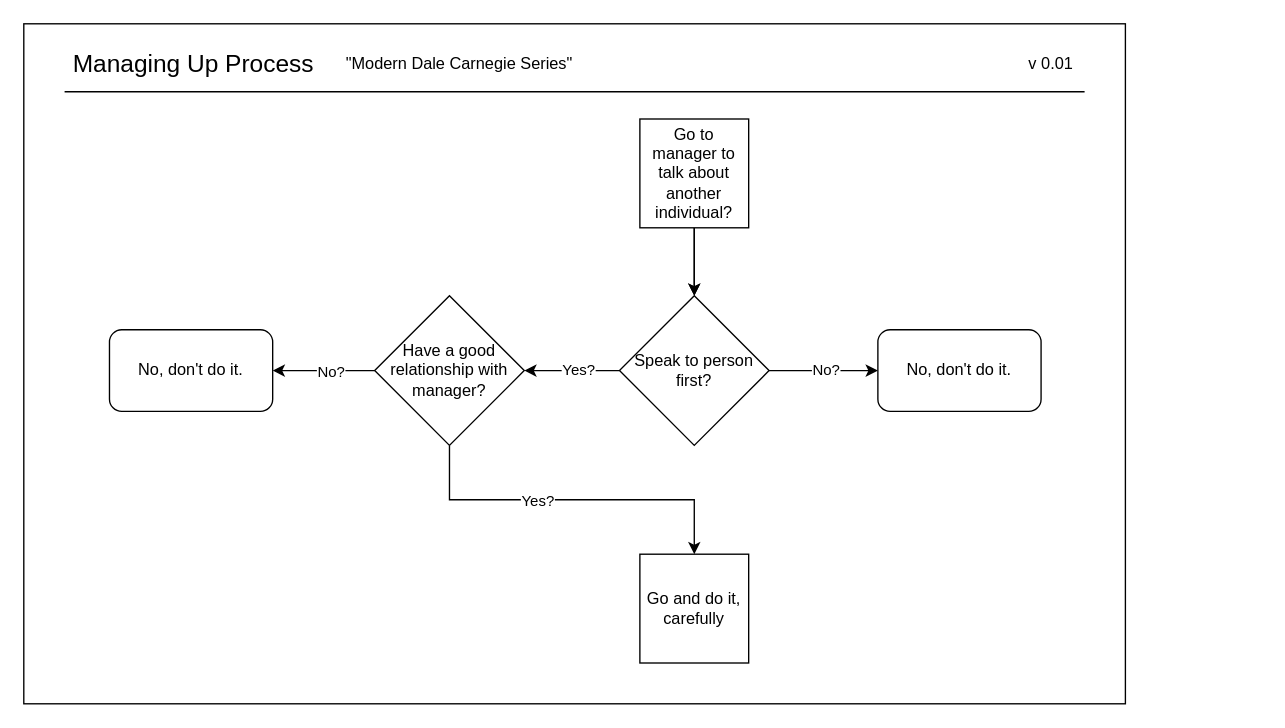
The draw.io diagram mentoring/diagrams/managing-up.drawio in solidi/learning-notes, before the edit. Source tidied: cells renumbered, new cells numbered last; positions are measured from the earlier drawing's top-left corner, leaving out a move shared by most shapes. Both pictures are drawn from the tidied source at 136%, with x=0, y=0 at pixel (23, 23).
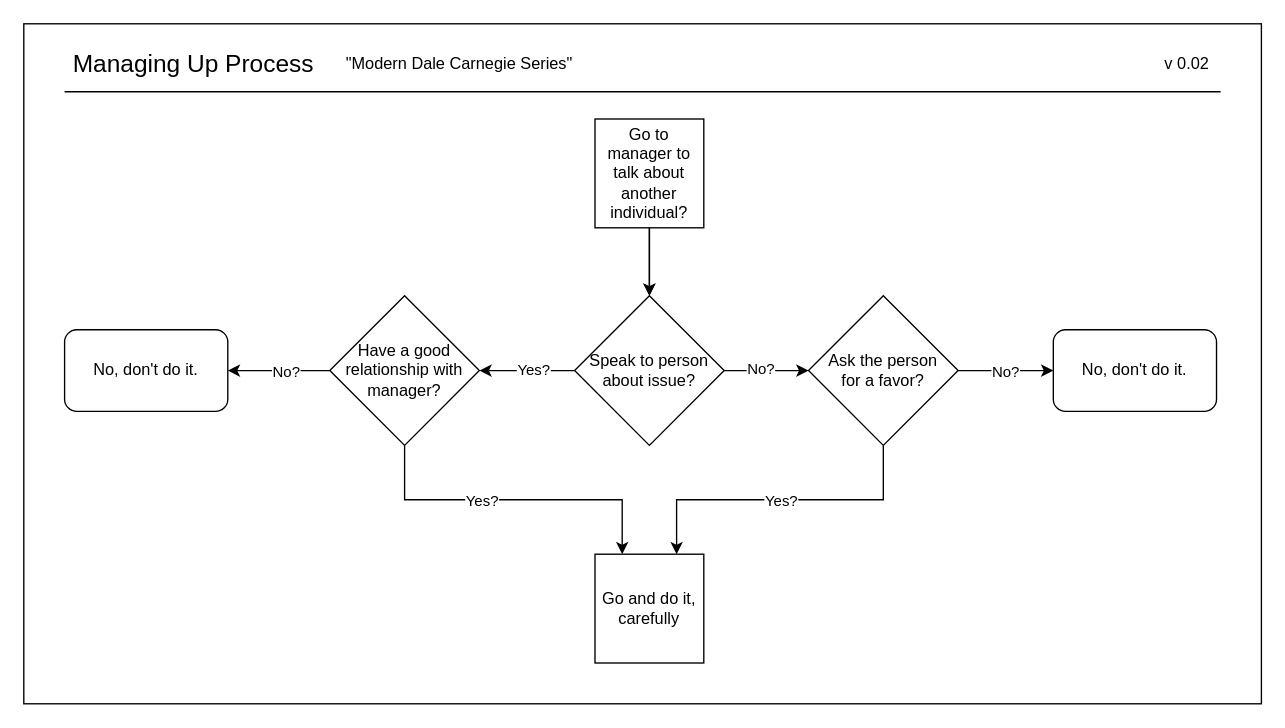
After the change.

Commit message (it also covers changes not shown here):
Update managing up with asking for a favor

Diff of the diagram source:
```diff
@@
     <mxCell id="2" style="rounded=0;whiteSpace=wrap;html=1;" parent="1" vertex="1">
-      <mxGeometry width="810" height="500" as="geometry" />
+      <mxGeometry width="910" height="500" as="geometry" />
     </mxCell>
@@
-    <mxCell id="4" value="v 0.01" style="text;html=1;align=center;verticalAlign=middle;strokeColor=none;fillColor=none;" parent="1" vertex="1">
-      <mxGeometry x="730" y="20" width="50" height="20" as="geometry" />
+    <mxCell id="4" value="v 0.02" style="text;html=1;align=center;verticalAlign=middle;strokeColor=none;fillColor=none;" parent="1" vertex="1">
+      <mxGeometry x="830" y="20" width="50" height="20" as="geometry" />
     </mxCell>
@@
     <mxCell id="7" value="Go to manager to talk about another individual?" style="whiteSpace=wrap;html=1;" parent="1" vertex="1">
-      <mxGeometry x="453" y="70" width="80" height="80" as="geometry" />
+      <mxGeometry x="420" y="70" width="80" height="80" as="geometry" />
     </mxCell>
-    <mxCell id="8" style="edgeStyle=orthogonalEdgeStyle;rounded=0;jettySize=auto;html=1;entryX=0;entryY=0.5;entryDx=0;entryDy=0;" parent="1" edge="1" source="12" target="13">
-      <mxGeometry relative="1" as="geometry" />
-    </mxCell>
-    <mxCell id="9" value="No?" style="edgeLabel;html=1;align=center;verticalAlign=middle;" parent="8" vertex="1">
-      <mxGeometry x="0.03" y="1" relative="1" as="geometry" />
-    </mxCell>
@@
+    <mxCell id="23" style="edgeStyle=orthogonalEdgeStyle;rounded=0;jettySize=auto;html=1;exitX=1;exitY=0.5;exitDx=0;exitDy=0;entryX=0;entryY=0.5;entryDx=0;entryDy=0;" parent="1" edge="1" source="12" target="29">
+      <mxGeometry relative="1" as="geometry" />
+    </mxCell>
+    <mxCell id="24" value="No?" style="edgeLabel;html=1;align=center;verticalAlign=middle;" parent="23" vertex="1">
+      <mxGeometry x="-0.15" y="2" relative="1" as="geometry" />
+    </mxCell>
-    <mxCell id="12" value="Speak to person first?" style="rhombus;whiteSpace=wrap;html=1;" parent="1" vertex="1">
-      <mxGeometry x="438" y="200" width="110" height="110" as="geometry" />
+    <mxCell id="12" value="Speak to person about issue?" style="rhombus;whiteSpace=wrap;html=1;" parent="1" vertex="1">
+      <mxGeometry x="405" y="200" width="110" height="110" as="geometry" />
     </mxCell>
     <mxCell id="13" value="&lt;span&gt;No, don't do it.&lt;/span&gt;" style="rounded=1;whiteSpace=wrap;html=1;" parent="1" vertex="1">
-      <mxGeometry x="628" y="225" width="120" height="60" as="geometry" />
+      <mxGeometry x="757" y="225" width="120" height="60" as="geometry" />
     </mxCell>
-    <mxCell id="14" style="edgeStyle=orthogonalEdgeStyle;rounded=0;jettySize=auto;html=1;exitX=0.5;exitY=1;exitDx=0;exitDy=0;entryX=0.5;entryY=0;entryDx=0;entryDy=0;" parent="1" edge="1" source="18" target="20">
+    <mxCell id="14" style="edgeStyle=orthogonalEdgeStyle;rounded=0;jettySize=auto;html=1;exitX=0.5;exitY=1;exitDx=0;exitDy=0;entryX=0.25;entryY=0;entryDx=0;entryDy=0;" parent="1" edge="1" source="18" target="20">
       <mxGeometry relative="1" as="geometry" />
     </mxCell>
@@
     <mxCell id="18" value="Have a good relationship with manager?" style="rhombus;whiteSpace=wrap;html=1;" parent="1" vertex="1">
-      <mxGeometry x="258" y="200" width="110" height="110" as="geometry" />
+      <mxGeometry x="225" y="200" width="110" height="110" as="geometry" />
     </mxCell>
@@
     <mxCell id="20" value="Go and do it, carefully" style="whiteSpace=wrap;html=1;" parent="1" vertex="1">
-      <mxGeometry x="453" y="390" width="80" height="80" as="geometry" />
+      <mxGeometry x="420" y="390" width="80" height="80" as="geometry" />
     </mxCell>
     <mxCell id="21" value="&lt;span&gt;No, don't do it.&lt;/span&gt;" style="rounded=1;whiteSpace=wrap;html=1;" parent="1" vertex="1">
-      <mxGeometry x="63" y="225" width="120" height="60" as="geometry" />
+      <mxGeometry x="30" y="225" width="120" height="60" as="geometry" />
     </mxCell>
     <mxCell id="22" style="endArrow=none;html=1;" parent="1" edge="1">
       <mxGeometry relative="1" as="geometry">
         <mxPoint x="30" y="50" as="sourcePoint" />
-        <mxPoint x="780" y="50" as="targetPoint" />
+        <mxPoint x="880" y="50" as="targetPoint" />
       </mxGeometry>
     </mxCell>
+    <mxCell id="25" style="edgeStyle=orthogonalEdgeStyle;rounded=0;jettySize=auto;html=1;exitX=0.5;exitY=1;exitDx=0;exitDy=0;entryX=0.75;entryY=0;entryDx=0;entryDy=0;" parent="1" edge="1" source="29" target="20">
+      <mxGeometry relative="1" as="geometry" />
+    </mxCell>
+    <mxCell id="26" value="Yes?" style="edgeLabel;html=1;align=center;verticalAlign=middle;" parent="25" vertex="1">
+      <mxGeometry y="-4" relative="1" as="geometry">
+        <mxPoint y="4" as="offset" />
+      </mxGeometry>
+    </mxCell>
+    <mxCell id="27" style="edgeStyle=orthogonalEdgeStyle;rounded=0;jettySize=auto;html=1;exitX=1;exitY=0.5;exitDx=0;exitDy=0;" parent="1" edge="1" source="29" target="13">
+      <mxGeometry relative="1" as="geometry" />
+    </mxCell>
+    <mxCell id="28" value="No?" style="edgeLabel;html=1;align=center;verticalAlign=middle;" parent="27" vertex="1">
+      <mxGeometry x="-0.03" relative="1" as="geometry" />
+    </mxCell>
+    <mxCell id="29" value="Ask the person &lt;br&gt;for a favor?" style="rhombus;whiteSpace=wrap;html=1;" parent="1" vertex="1">
+      <mxGeometry x="577" y="200" width="110" height="110" as="geometry" />
+    </mxCell>
```
